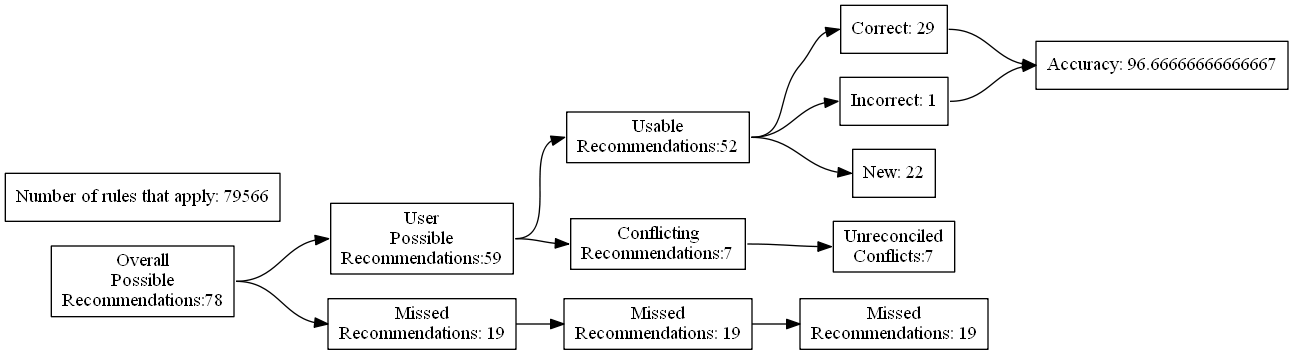
This is test_renders/77.gv.png from ZaxR/ibd_diet_analysis, a Graphviz export, as it was before one commit. Its source is kept beside it as test_renders/77.gv.
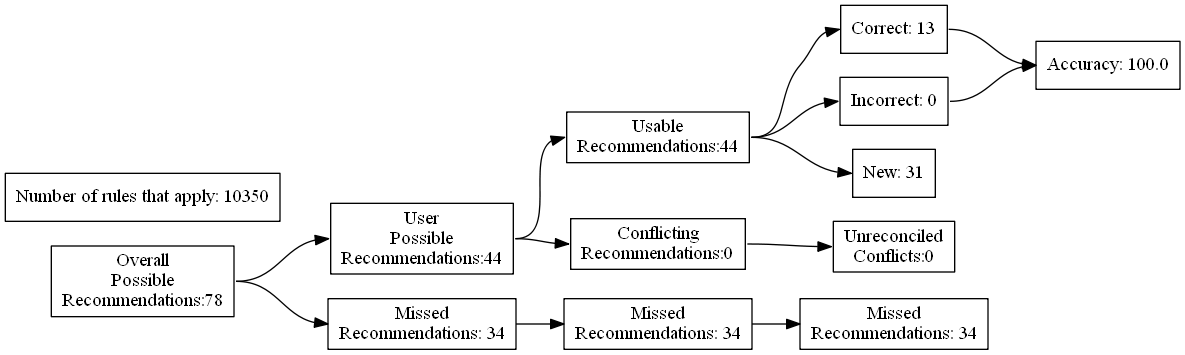
After the commit.

Diff of the diagram source:
```diff
@@ -7,24 +7,24 @@
 Recommendations:78"]
 		B [label="User
 Possible
-Recommendations:59"]
+Recommendations:44"]
 		C [label="Missed
-Recommendations: 19"]
+Recommendations: 34"]
 		D [label="Usable
-Recommendations:52"]
+Recommendations:44"]
 		E [label="Conflicting
-Recommendations:7"]
+Recommendations:0"]
 		J [label="Missed
-Recommendations: 19"]
+Recommendations: 34"]
 		M [label="Unreconciled
-Conflicts:7"]
-		F [label="Correct: 29"]
-		G [label="Incorrect: 1"]
-		H [label="New: 22"]
+Conflicts:0"]
+		F [label="Correct: 13"]
+		G [label="Incorrect: 0"]
+		H [label="New: 31"]
 		K [label="Missed
-Recommendations: 19"]
-		I [label="Accuracy: 96.66666666666667"]
-		l [label="Number of rules that apply: 79566"]
+Recommendations: 34"]
+		I [label="Accuracy: 100.0"]
+		l [label="Number of rules that apply: 10350"]
 			A -> B
 			A -> C
 			B -> D
```
